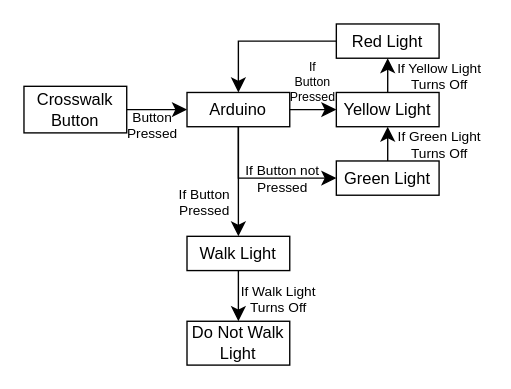
Above: TrafficLight.drawio in mpetrucci26/EICCTrafficLight (draw.io), before the change. Source tidied: cells renumbered, new cells numbered last; positions are measured from the earlier drawing's top-left corner, leaving out a move shared by most shapes. Both pictures are drawn from the tidied source at 137%, with x=0, y=0 at pixel (23, 23).
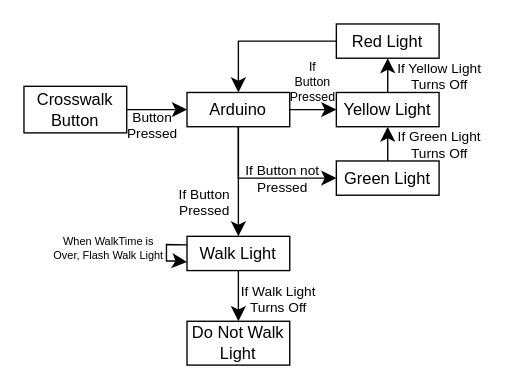
The same diagram, later.

Unchanged cells that the change refers to:
```xml
<mxCell id="15" value="Walk Light" style="rounded=0;whiteSpace=wrap;html=1;" parent="1" vertex="1">
  <mxGeometry x="119" y="155" width="75" height="25" as="geometry" />
</mxCell>
```

What changed in the source:
```diff
@@
+    <mxCell id="25" style="rounded=0;orthogonalLoop=1;jettySize=auto;html=1;fontSize=12;startSize=8;endSize=8;exitX=0;exitY=0.25;exitDx=0;exitDy=0;elbow=vertical;entryX=0;entryY=0.75;entryDx=0;entryDy=0;" parent="1" edge="1" source="15" target="15">
+      <mxGeometry relative="1" as="geometry">
+        <Array as="points">
+          <mxPoint x="104" y="161" />
+          <mxPoint x="104" y="173" />
+          <mxPoint x="111" y="173" />
+        </Array>
+      </mxGeometry>
+    </mxCell>
@@
+    <mxCell id="26" value="When WalkTime is Over, Flash Walk Light" style="text;strokeColor=none;fillColor=none;html=1;align=center;verticalAlign=middle;whiteSpace=wrap;rounded=0;fontSize=8;" parent="1" vertex="1">
+      <mxGeometry x="18" y="151" width="88" height="26" as="geometry" />
+    </mxCell>
```
